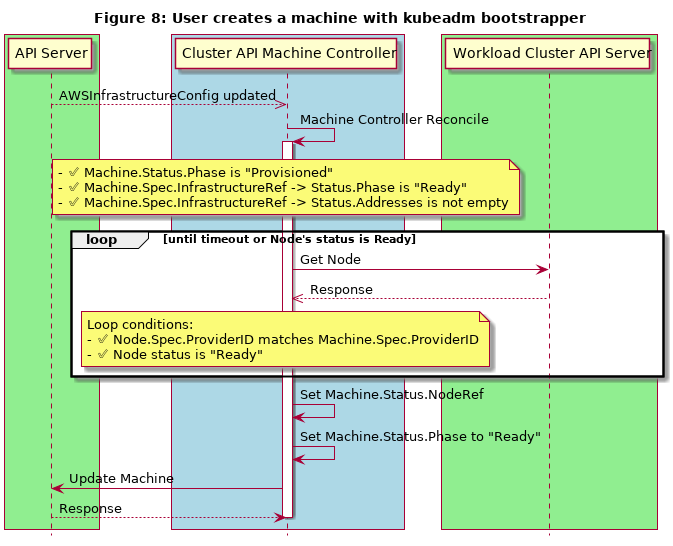
kubernetes-sigs/cluster-api keeps this PlantUML diagram as docs/proposals/images/machine-states-preboot/Figure8.png. Above is the earlier version.
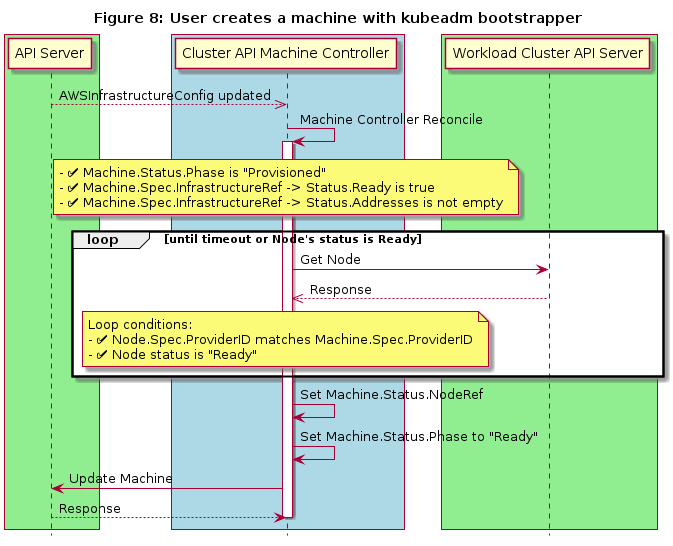
Above is the later version.

The edit, as a diff of the source:
```diff
@@ -21,7 +21,7 @@
 "Cluster API Machine Controller"-> "Cluster API Machine Controller":Machine Controller Reconcile
 activate "Cluster API Machine Controller"
 
-note over "Cluster API Machine Controller": - ✅ Machine.Status.Phase is "Provisioned" \n- ✅ Machine.Spec.InfrastructureRef -> Status.Phase is "Ready"\n- ✅ Machine.Spec.InfrastructureRef -> Status.Addresses is not empty
+note over "Cluster API Machine Controller": - ✅ Machine.Status.Phase is "Provisioned" \n- ✅ Machine.Spec.InfrastructureRef -> Status.Ready is true\n- ✅ Machine.Spec.InfrastructureRef -> Status.Addresses is not empty
 
 loop until timeout or Node's status is Ready
 "Cluster API Machine Controller"->"Workload Cluster API Server": Get Node
```
